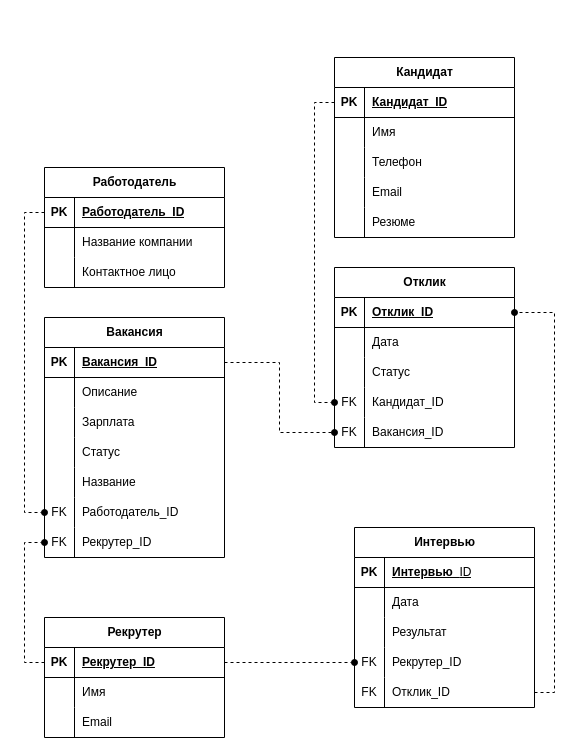
Before: Логическая.drawio in Regdal-cyber/Coursework, a draw.io diagram. Source tidied: cells renumbered, new cells numbered last; positions are measured from the earlier drawing's top-left corner, leaving out a move shared by most shapes. Both pictures are drawn from the tidied source at 100%, with x=0, y=0 at pixel (44, 57).
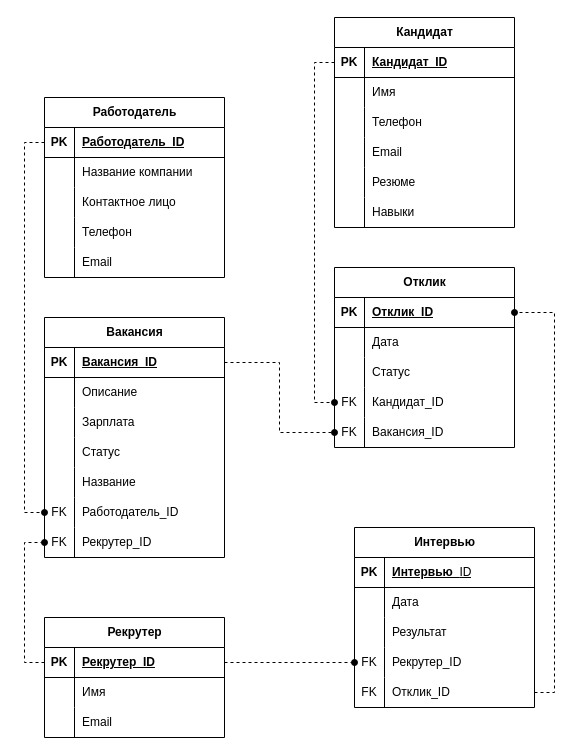
The same page after the edit.

Diff of the diagram source:
```diff
@@
     <mxCell id="2" value="Кандидат" style="shape=table;startSize=30;childLayout=tableLayout;rowLines=0;fontStyle=1;align=center;html=1;" parent="1" vertex="1">
-      <mxGeometry x="290" width="180" height="180" as="geometry" />
+      <mxGeometry x="290" y="-40" width="180" height="210" as="geometry" />
     </mxCell>
@@
+    <mxCell id="98" style="shape=tableRow;horizontal=0;startSize=0;swimlaneHead=0;swimlaneBody=0;fillColor=none;top=0;left=0;right=0;bottom=0;" parent="2" vertex="1">
+      <mxGeometry y="180" width="180" height="30" as="geometry" />
+    </mxCell>
+    <mxCell id="99" style="shape=partialRectangle;fillColor=none;top=0;left=0;bottom=0;right=0;overflow=hidden;whiteSpace=wrap;html=1;" parent="98" vertex="1">
+      <mxGeometry width="30" height="30" as="geometry" />
+    </mxCell>
+    <mxCell id="100" value="Навыки" style="shape=partialRectangle;fillColor=none;top=0;left=0;bottom=0;right=0;align=left;spacingLeft=6;overflow=hidden;whiteSpace=wrap;html=1;" parent="98" vertex="1">
+      <mxGeometry x="30" width="150" height="30" as="geometry" />
+    </mxCell>
@@
     <mxCell id="82" value="Работодатель" style="shape=table;startSize=30;childLayout=tableLayout;rowLines=0;fontStyle=1;align=center;html=1;" parent="1" vertex="1">
-      <mxGeometry y="110" width="180" height="120" as="geometry" />
+      <mxGeometry y="40" width="180" height="180" as="geometry" />
     </mxCell>
@@
+    <mxCell id="101" style="shape=tableRow;horizontal=0;startSize=0;swimlaneHead=0;swimlaneBody=0;fillColor=none;top=0;left=0;right=0;bottom=0;" parent="82" vertex="1">
+      <mxGeometry y="120" width="180" height="30" as="geometry" />
+    </mxCell>
+    <mxCell id="102" style="shape=partialRectangle;fillColor=none;top=0;left=0;bottom=0;right=0;overflow=hidden;whiteSpace=wrap;html=1;" parent="101" vertex="1">
+      <mxGeometry width="30" height="30" as="geometry" />
+    </mxCell>
+    <mxCell id="103" value="Телефон" style="shape=partialRectangle;fillColor=none;top=0;left=0;bottom=0;right=0;align=left;spacingLeft=6;overflow=hidden;whiteSpace=wrap;html=1;" parent="101" vertex="1">
+      <mxGeometry x="30" width="150" height="30" as="geometry" />
+    </mxCell>
+    <mxCell id="104" style="shape=tableRow;horizontal=0;startSize=0;swimlaneHead=0;swimlaneBody=0;fillColor=none;top=0;left=0;right=0;bottom=0;" parent="82" vertex="1">
+      <mxGeometry y="150" width="180" height="30" as="geometry" />
+    </mxCell>
+    <mxCell id="105" style="shape=partialRectangle;fillColor=none;top=0;left=0;bottom=0;right=0;overflow=hidden;whiteSpace=wrap;html=1;" parent="104" vertex="1">
+      <mxGeometry width="30" height="30" as="geometry" />
+    </mxCell>
+    <mxCell id="106" value="Email" style="shape=partialRectangle;fillColor=none;top=0;left=0;bottom=0;right=0;align=left;spacingLeft=6;overflow=hidden;whiteSpace=wrap;html=1;" parent="104" vertex="1">
+      <mxGeometry x="30" width="150" height="30" as="geometry" />
+    </mxCell>
```
